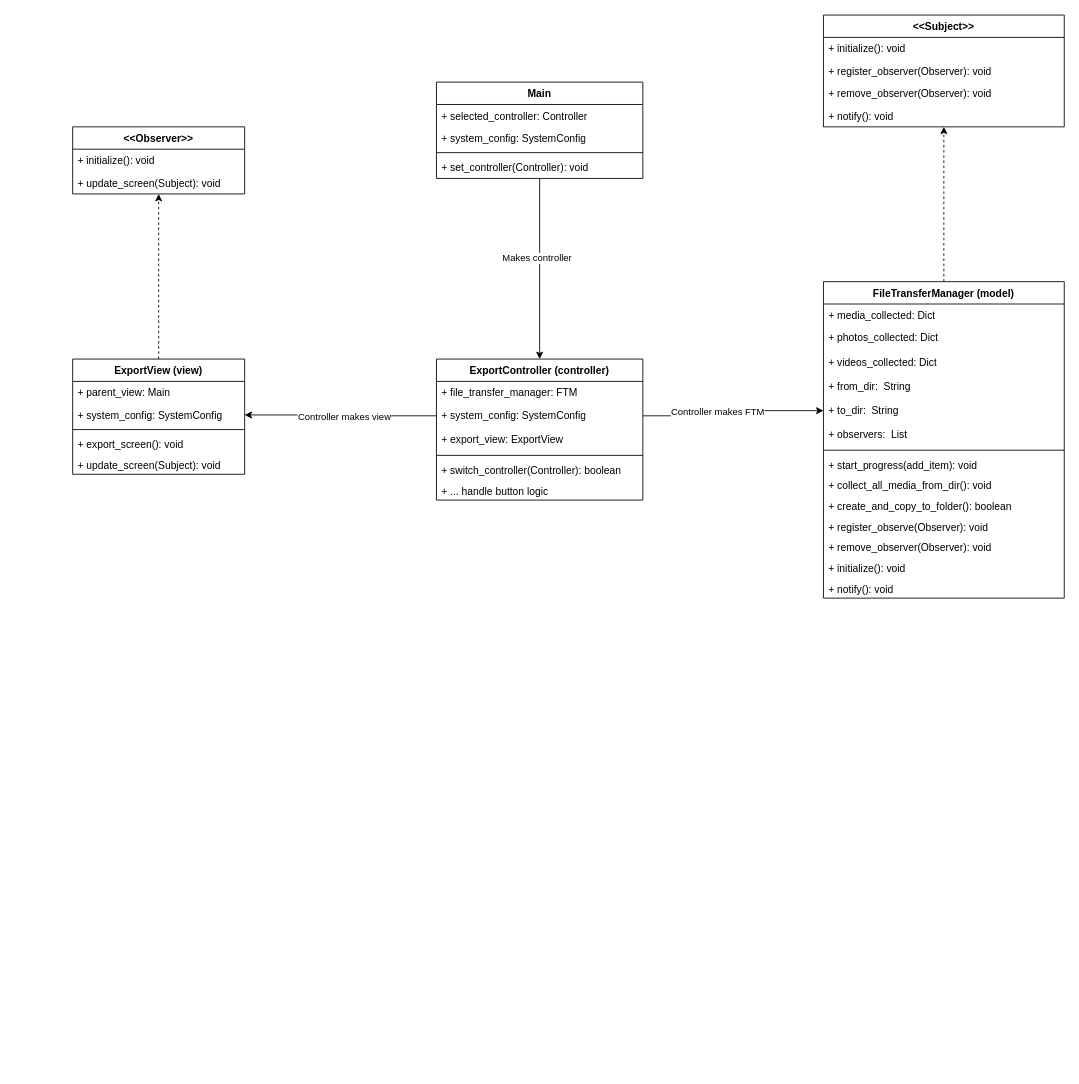
The draw.io diagram diagrams/UML-Media-Mover.drawio in IliasAa/media-mover, before the edit. Source tidied: cells renumbered, new cells numbered last; positions are measured from the earlier drawing's top-left corner, leaving out a move shared by most shapes. Both pictures are drawn from the tidied source at 86%, with x=0, y=0 at pixel (72, 15).
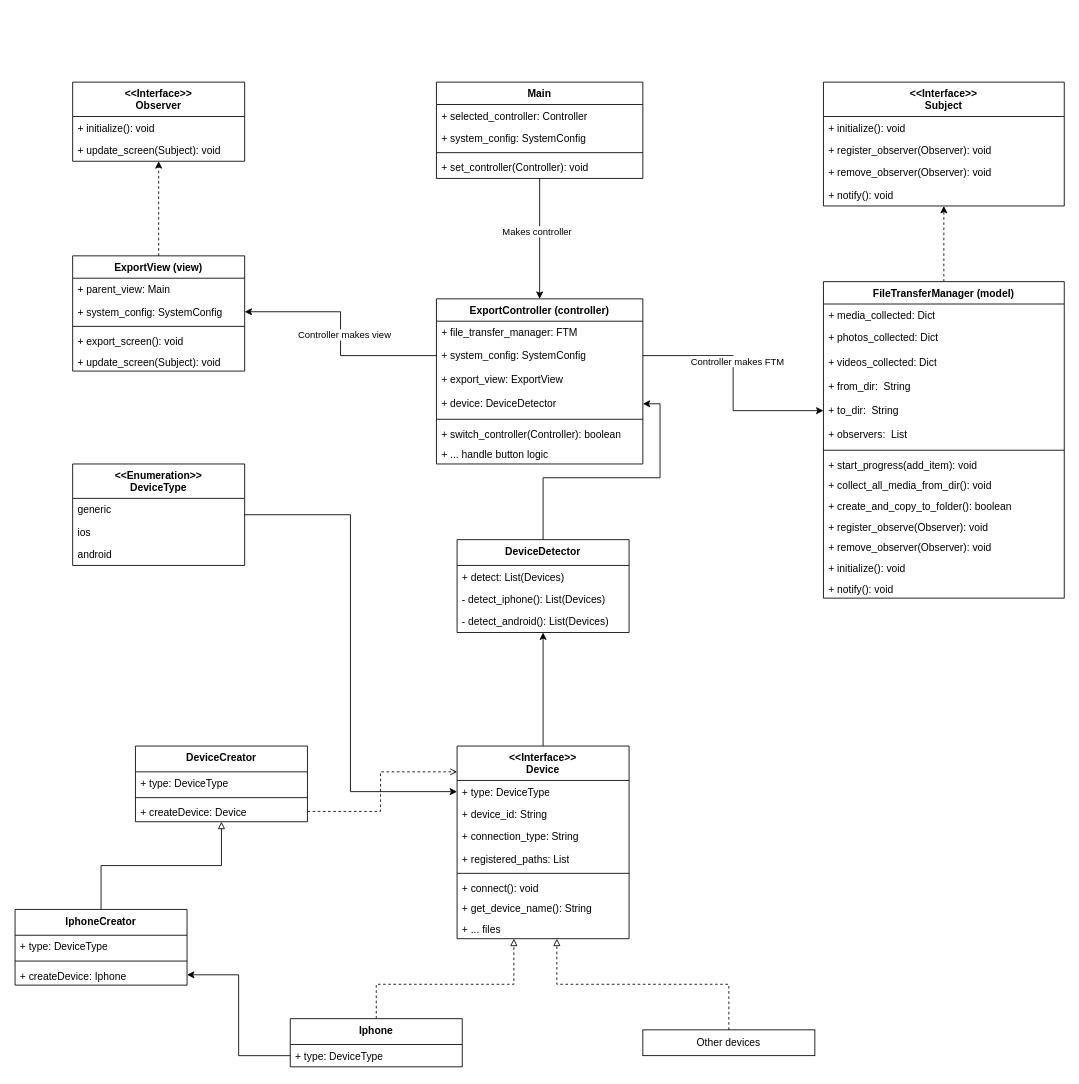
After the change.

Diff of the diagram source:
```diff
@@
     <mxCell id="25" value="ExportController (controller)" style="swimlane;fontStyle=1;align=center;verticalAlign=top;horizontal=1;startSize=26;whiteSpace=wrap;html=1;" parent="1" vertex="1">
-      <mxGeometry x="423" y="400" width="240" height="164" as="geometry" />
+      <mxGeometry x="423" y="330" width="240" height="192" as="geometry" />
     </mxCell>
@@
+    <mxCell id="51" value="+ device: DeviceDetector" style="text;strokeColor=none;fillColor=none;align=left;verticalAlign=top;spacingLeft=4;spacingRight=4;overflow=hidden;points=[[0,0.5],[1,0.5]];portConstraint=eastwest;whiteSpace=wrap;html=1;" parent="25" vertex="1">
+      <mxGeometry y="108" width="240" height="28" as="geometry" />
+    </mxCell>
     <mxCell id="29" style="line;strokeWidth=1;fillColor=none;align=left;verticalAlign=middle;spacingTop=-1;spacingLeft=3;spacingRight=3;labelPosition=right;strokeColor=inherit;" parent="25" vertex="1">
-      <mxGeometry y="108" width="240" height="8" as="geometry" />
+      <mxGeometry y="136" width="240" height="8" as="geometry" />
     </mxCell>
     <mxCell id="30" value="+ switch_controller(Controller): boolean" style="text;strokeColor=none;fillColor=none;align=left;verticalAlign=top;spacingLeft=4;spacingRight=4;overflow=hidden;whiteSpace=wrap;html=1;" parent="25" vertex="1">
-      <mxGeometry y="116" width="240" height="24" as="geometry" />
+      <mxGeometry y="144" width="240" height="24" as="geometry" />
     </mxCell>
     <mxCell id="31" value="+ ... handle button logic" style="text;strokeColor=none;fillColor=none;align=left;verticalAlign=top;spacingLeft=4;spacingRight=4;overflow=hidden;whiteSpace=wrap;html=1;" parent="25" vertex="1">
-      <mxGeometry y="140" width="240" height="24" as="geometry" />
+      <mxGeometry y="168" width="240" height="24" as="geometry" />
     </mxCell>
     <mxCell id="32" value="ExportView (view)" style="swimlane;fontStyle=1;align=center;verticalAlign=top;horizontal=1;startSize=26;whiteSpace=wrap;html=1;" parent="1" vertex="1">
-      <mxGeometry y="400" width="200" height="134" as="geometry" />
+      <mxGeometry y="280" width="200" height="134" as="geometry" />
     </mxCell>
@@
-    <mxCell id="38" value="&amp;lt;&amp;lt;Subject&amp;gt;&amp;gt;" style="swimlane;fontStyle=1;align=center;verticalAlign=top;horizontal=1;startSize=26;whiteSpace=wrap;html=1;" parent="1" vertex="1">
-      <mxGeometry x="873" width="280" height="130" as="geometry" />
+    <mxCell id="38" value="&lt;div&gt;&amp;lt;&amp;lt;Interface&amp;gt;&amp;gt;&lt;/div&gt;Subject" style="swimlane;fontStyle=1;align=center;verticalAlign=top;horizontal=1;startSize=40;whiteSpace=wrap;html=1;" parent="1" vertex="1">
+      <mxGeometry x="873" y="78" width="280" height="144" as="geometry" />
     </mxCell>
     <mxCell id="39" value="+ initialize(): void" style="text;strokeColor=none;fillColor=none;align=left;verticalAlign=top;spacingLeft=4;spacingRight=4;overflow=hidden;whiteSpace=wrap;html=1;" parent="38" vertex="1">
-      <mxGeometry y="26" width="280" height="26" as="geometry" />
+      <mxGeometry y="40" width="280" height="26" as="geometry" />
     </mxCell>
     <mxCell id="40" value="+ register_observer(Observer): void" style="text;strokeColor=none;fillColor=none;align=left;verticalAlign=top;spacingLeft=4;spacingRight=4;overflow=hidden;whiteSpace=wrap;html=1;" parent="38" vertex="1">
-      <mxGeometry y="52" width="280" height="26" as="geometry" />
+      <mxGeometry y="66" width="280" height="26" as="geometry" />
     </mxCell>
     <mxCell id="41" value="+ remove_observer(Observer): void" style="text;strokeColor=none;fillColor=none;align=left;verticalAlign=top;spacingLeft=4;spacingRight=4;overflow=hidden;whiteSpace=wrap;html=1;" parent="38" vertex="1">
-      <mxGeometry y="78" width="280" height="26" as="geometry" />
+      <mxGeometry y="92" width="280" height="26" as="geometry" />
     </mxCell>
     <mxCell id="42" value="+ notify(): void" style="text;strokeColor=none;fillColor=none;align=left;verticalAlign=top;spacingLeft=4;spacingRight=4;overflow=hidden;whiteSpace=wrap;html=1;" parent="38" vertex="1">
-      <mxGeometry y="104" width="280" height="26" as="geometry" />
+      <mxGeometry y="118" width="280" height="26" as="geometry" />
     </mxCell>
-    <mxCell id="43" value="&lt;div&gt;&amp;lt;&amp;lt;Observer&amp;gt;&amp;gt;&lt;/div&gt;" style="swimlane;fontStyle=1;align=center;verticalAlign=top;horizontal=1;startSize=26;whiteSpace=wrap;html=1;" parent="1" vertex="1">
-      <mxGeometry y="130" width="200" height="78" as="geometry" />
+    <mxCell id="43" value="&lt;div&gt;&amp;lt;&amp;lt;Interface&amp;gt;&amp;gt;&lt;/div&gt;&lt;div&gt;Observer&lt;/div&gt;" style="swimlane;fontStyle=1;align=center;verticalAlign=top;horizontal=1;startSize=40;whiteSpace=wrap;html=1;" parent="1" vertex="1">
+      <mxGeometry y="78" width="200" height="92" as="geometry" />
     </mxCell>
     <mxCell id="44" value="+ initialize(): void" style="text;strokeColor=none;fillColor=none;align=left;verticalAlign=top;spacingLeft=4;spacingRight=4;overflow=hidden;whiteSpace=wrap;html=1;" parent="43" vertex="1">
-      <mxGeometry y="26" width="200" height="26" as="geometry" />
+      <mxGeometry y="40" width="200" height="26" as="geometry" />
     </mxCell>
     <mxCell id="45" value="+ update_screen(Subject): void" style="text;strokeColor=none;fillColor=none;align=left;verticalAlign=top;spacingLeft=4;spacingRight=4;overflow=hidden;whiteSpace=wrap;html=1;" parent="43" vertex="1">
-      <mxGeometry y="52" width="200" height="26" as="geometry" />
+      <mxGeometry y="66" width="200" height="26" as="geometry" />
     </mxCell>
@@
+    <mxCell id="52" style="edgeStyle=orthogonalEdgeStyle;rounded=0;jettySize=auto;html=1;" parent="1" edge="1" source="53" target="64">
+      <mxGeometry relative="1" as="geometry">
+        <Array as="points">
+          <mxPoint x="323" y="581" />
+          <mxPoint x="323" y="903" />
+        </Array>
+      </mxGeometry>
+    </mxCell>
+    <mxCell id="53" value="&lt;div&gt;&amp;lt;&amp;lt;Enumeration&amp;gt;&amp;gt;&lt;/div&gt;&lt;div&gt;DeviceType&lt;/div&gt;" style="swimlane;fontStyle=1;align=center;verticalAlign=top;horizontal=1;startSize=40;whiteSpace=wrap;html=1;" parent="1" vertex="1">
+      <mxGeometry y="522" width="200" height="118" as="geometry" />
+    </mxCell>
+    <mxCell id="54" value="generic" style="text;strokeColor=none;fillColor=none;align=left;verticalAlign=top;spacingLeft=4;spacingRight=4;overflow=hidden;whiteSpace=wrap;html=1;" parent="53" vertex="1">
+      <mxGeometry y="40" width="200" height="26" as="geometry" />
+    </mxCell>
+    <mxCell id="55" value="ios" style="text;strokeColor=none;fillColor=none;align=left;verticalAlign=top;spacingLeft=4;spacingRight=4;overflow=hidden;whiteSpace=wrap;html=1;" parent="53" vertex="1">
+      <mxGeometry y="66" width="200" height="26" as="geometry" />
+    </mxCell>
+    <mxCell id="56" value="android" style="text;strokeColor=none;fillColor=none;align=left;verticalAlign=top;spacingLeft=4;spacingRight=4;overflow=hidden;whiteSpace=wrap;html=1;" parent="53" vertex="1">
+      <mxGeometry y="92" width="200" height="26" as="geometry" />
+    </mxCell>
+    <mxCell id="57" style="edgeStyle=orthogonalEdgeStyle;rounded=0;jettySize=auto;html=1;" parent="1" edge="1" source="58" target="51">
+      <mxGeometry relative="1" as="geometry" />
+    </mxCell>
+    <mxCell id="58" value="DeviceDetector" style="swimlane;fontStyle=1;align=center;verticalAlign=top;horizontal=1;startSize=30;whiteSpace=wrap;html=1;" parent="1" vertex="1">
+      <mxGeometry x="447" y="610" width="200" height="108" as="geometry" />
+    </mxCell>
+    <mxCell id="59" value="+ detect: List(Devices)" style="text;strokeColor=none;fillColor=none;align=left;verticalAlign=top;spacingLeft=4;spacingRight=4;overflow=hidden;whiteSpace=wrap;html=1;" parent="58" vertex="1">
+      <mxGeometry y="30" width="200" height="26" as="geometry" />
+    </mxCell>
+    <mxCell id="60" value="- detect_iphone(): List(Devices)" style="text;strokeColor=none;fillColor=none;align=left;verticalAlign=top;spacingLeft=4;spacingRight=4;overflow=hidden;whiteSpace=wrap;html=1;" parent="58" vertex="1">
+      <mxGeometry y="56" width="200" height="26" as="geometry" />
+    </mxCell>
+    <mxCell id="61" value="- detect_android(): List(Devices)" style="text;strokeColor=none;fillColor=none;align=left;verticalAlign=top;spacingLeft=4;spacingRight=4;overflow=hidden;whiteSpace=wrap;html=1;" parent="58" vertex="1">
+      <mxGeometry y="82" width="200" height="26" as="geometry" />
+    </mxCell>
+    <mxCell id="62" style="edgeStyle=orthogonalEdgeStyle;rounded=0;jettySize=auto;html=1;" parent="1" edge="1" source="63" target="58">
+      <mxGeometry relative="1" as="geometry" />
+    </mxCell>
+    <mxCell id="63" value="&lt;div&gt;&amp;lt;&amp;lt;Interface&amp;gt;&amp;gt;&lt;/div&gt;Device" style="swimlane;fontStyle=1;align=center;verticalAlign=top;horizontal=1;startSize=40;whiteSpace=wrap;html=1;" parent="1" vertex="1">
+      <mxGeometry x="447" y="850" width="200" height="224" as="geometry" />
+    </mxCell>
+    <mxCell id="64" value="+ type: DeviceType" style="text;strokeColor=none;fillColor=none;align=left;verticalAlign=top;spacingLeft=4;spacingRight=4;overflow=hidden;points=[[0,0.5],[1,0.5]];portConstraint=eastwest;whiteSpace=wrap;html=1;" parent="63" vertex="1">
+      <mxGeometry y="40" width="200" height="26" as="geometry" />
+    </mxCell>
+    <mxCell id="65" value="+ device_id: String" style="text;strokeColor=none;fillColor=none;align=left;verticalAlign=top;spacingLeft=4;spacingRight=4;overflow=hidden;whiteSpace=wrap;html=1;" parent="63" vertex="1">
+      <mxGeometry y="66" width="200" height="26" as="geometry" />
+    </mxCell>
+    <mxCell id="66" value="+ connection_type: String" style="text;strokeColor=none;fillColor=none;align=left;verticalAlign=top;spacingLeft=4;spacingRight=4;overflow=hidden;whiteSpace=wrap;html=1;" parent="63" vertex="1">
+      <mxGeometry y="92" width="200" height="26" as="geometry" />
+    </mxCell>
+    <mxCell id="67" value="+ registered_paths: List" style="text;strokeColor=none;fillColor=none;align=left;verticalAlign=top;spacingLeft=4;spacingRight=4;overflow=hidden;whiteSpace=wrap;html=1;" parent="63" vertex="1">
+      <mxGeometry y="118" width="200" height="26" as="geometry" />
+    </mxCell>
+    <mxCell id="68" style="line;strokeWidth=1;fillColor=none;align=left;verticalAlign=middle;spacingTop=-1;spacingLeft=3;spacingRight=3;labelPosition=right;strokeColor=inherit;" parent="63" vertex="1">
+      <mxGeometry y="144" width="200" height="8" as="geometry" />
+    </mxCell>
+    <mxCell id="69" value="+ connect(): void" style="text;strokeColor=none;fillColor=none;align=left;verticalAlign=top;spacingLeft=4;spacingRight=4;overflow=hidden;whiteSpace=wrap;html=1;" parent="63" vertex="1">
+      <mxGeometry y="152" width="200" height="24" as="geometry" />
+    </mxCell>
+    <mxCell id="70" value="+ get_device_name(): String" style="text;strokeColor=none;fillColor=none;align=left;verticalAlign=top;spacingLeft=4;spacingRight=4;overflow=hidden;whiteSpace=wrap;html=1;" parent="63" vertex="1">
+      <mxGeometry y="176" width="200" height="24" as="geometry" />
+    </mxCell>
+    <mxCell id="71" value="+ ... files" style="text;strokeColor=none;fillColor=none;align=left;verticalAlign=top;spacingLeft=4;spacingRight=4;overflow=hidden;whiteSpace=wrap;html=1;" parent="63" vertex="1">
+      <mxGeometry y="200" width="200" height="24" as="geometry" />
+    </mxCell>
+    <mxCell id="72" style="edgeStyle=orthogonalEdgeStyle;rounded=0;jettySize=auto;html=1;dashed=1;endArrow=block;endFill=0;" parent="1" edge="1" source="73" target="63">
+      <mxGeometry relative="1" as="geometry">
+        <Array as="points">
+          <mxPoint x="353" y="1127" />
+          <mxPoint x="513" y="1127" />
+        </Array>
+      </mxGeometry>
+    </mxCell>
+    <mxCell id="73" value="Iphone" style="swimlane;fontStyle=1;align=center;verticalAlign=top;horizontal=1;startSize=30;whiteSpace=wrap;html=1;" parent="1" vertex="1">
+      <mxGeometry x="253" y="1167" width="200" height="56" as="geometry" />
+    </mxCell>
+    <mxCell id="74" value="+ type: DeviceType" style="text;strokeColor=none;fillColor=none;align=left;verticalAlign=top;spacingLeft=4;spacingRight=4;overflow=hidden;points=[[0,0.5],[1,0.5]];portConstraint=eastwest;whiteSpace=wrap;html=1;" parent="73" vertex="1">
+      <mxGeometry y="30" width="200" height="26" as="geometry" />
+    </mxCell>
+    <mxCell id="75" value="Other devices" style="rounded=0;whiteSpace=wrap;html=1;" parent="1" vertex="1">
+      <mxGeometry x="663" y="1180" width="200" height="30" as="geometry" />
+    </mxCell>
+    <mxCell id="76" style="edgeStyle=orthogonalEdgeStyle;rounded=0;jettySize=auto;html=1;dashed=1;exitX=0.5;exitY=0;exitDx=0;exitDy=0;endArrow=block;endFill=0;" parent="1" edge="1" source="75" target="63">
+      <mxGeometry relative="1" as="geometry">
+        <Array as="points">
+          <mxPoint x="763" y="1127" />
+          <mxPoint x="563" y="1127" />
+        </Array>
+      </mxGeometry>
+    </mxCell>
+    <mxCell id="77" value="&lt;div&gt;DeviceCreator&lt;/div&gt;" style="swimlane;fontStyle=1;align=center;verticalAlign=top;horizontal=1;startSize=30;whiteSpace=wrap;html=1;" parent="1" vertex="1">
+      <mxGeometry x="73" y="850" width="200" height="88" as="geometry" />
+    </mxCell>
+    <mxCell id="78" value="+ type: DeviceType" style="text;strokeColor=none;fillColor=none;align=left;verticalAlign=top;spacingLeft=4;spacingRight=4;overflow=hidden;whiteSpace=wrap;html=1;" parent="77" vertex="1">
+      <mxGeometry y="30" width="200" height="26" as="geometry" />
+    </mxCell>
+    <mxCell id="79" style="line;strokeWidth=1;fillColor=none;align=left;verticalAlign=middle;spacingTop=-1;spacingLeft=3;spacingRight=3;labelPosition=right;strokeColor=inherit;" parent="77" vertex="1">
+      <mxGeometry y="56" width="200" height="8" as="geometry" />
+    </mxCell>
+    <mxCell id="80" value="+ createDevice: Device" style="text;strokeColor=none;fillColor=none;align=left;verticalAlign=top;spacingLeft=4;spacingRight=4;overflow=hidden;points=[[0,0.5],[1,0.5]];portConstraint=eastwest;whiteSpace=wrap;html=1;" parent="77" vertex="1">
+      <mxGeometry y="64" width="200" height="24" as="geometry" />
+    </mxCell>
+    <mxCell id="81" style="edgeStyle=orthogonalEdgeStyle;rounded=0;jettySize=auto;html=1;dashed=1;endArrow=open;endFill=0;" parent="1" edge="1" source="80" target="63">
+      <mxGeometry relative="1" as="geometry">
+        <Array as="points">
+          <mxPoint x="358" y="926" />
+          <mxPoint x="358" y="880" />
+        </Array>
+      </mxGeometry>
+    </mxCell>
+    <mxCell id="82" style="edgeStyle=orthogonalEdgeStyle;rounded=0;jettySize=auto;html=1;endArrow=block;endFill=0;" parent="1" edge="1" source="83" target="77">
+      <mxGeometry relative="1" as="geometry" />
+    </mxCell>
+    <mxCell id="83" value="IphoneCreator" style="swimlane;fontStyle=1;align=center;verticalAlign=top;horizontal=1;startSize=30;whiteSpace=wrap;html=1;" parent="1" vertex="1">
+      <mxGeometry x="-67" y="1040" width="200" height="88" as="geometry" />
+    </mxCell>
+    <mxCell id="84" value="+ type: DeviceType" style="text;strokeColor=none;fillColor=none;align=left;verticalAlign=top;spacingLeft=4;spacingRight=4;overflow=hidden;whiteSpace=wrap;html=1;" parent="83" vertex="1">
+      <mxGeometry y="30" width="200" height="26" as="geometry" />
+    </mxCell>
+    <mxCell id="85" style="line;strokeWidth=1;fillColor=none;align=left;verticalAlign=middle;spacingTop=-1;spacingLeft=3;spacingRight=3;labelPosition=right;strokeColor=inherit;" parent="83" vertex="1">
+      <mxGeometry y="56" width="200" height="8" as="geometry" />
+    </mxCell>
+    <mxCell id="86" value="+ createDevice: Iphone" style="text;strokeColor=none;fillColor=none;align=left;verticalAlign=top;spacingLeft=4;spacingRight=4;overflow=hidden;points=[[0,0.5],[1,0.5]];portConstraint=eastwest;whiteSpace=wrap;html=1;" parent="83" vertex="1">
+      <mxGeometry y="64" width="200" height="24" as="geometry" />
+    </mxCell>
+    <mxCell id="87" style="edgeStyle=orthogonalEdgeStyle;rounded=0;jettySize=auto;html=1;entryX=1;entryY=0.5;entryDx=0;entryDy=0;" parent="1" edge="1" source="74" target="86">
+      <mxGeometry relative="1" as="geometry" />
+    </mxCell>
```
